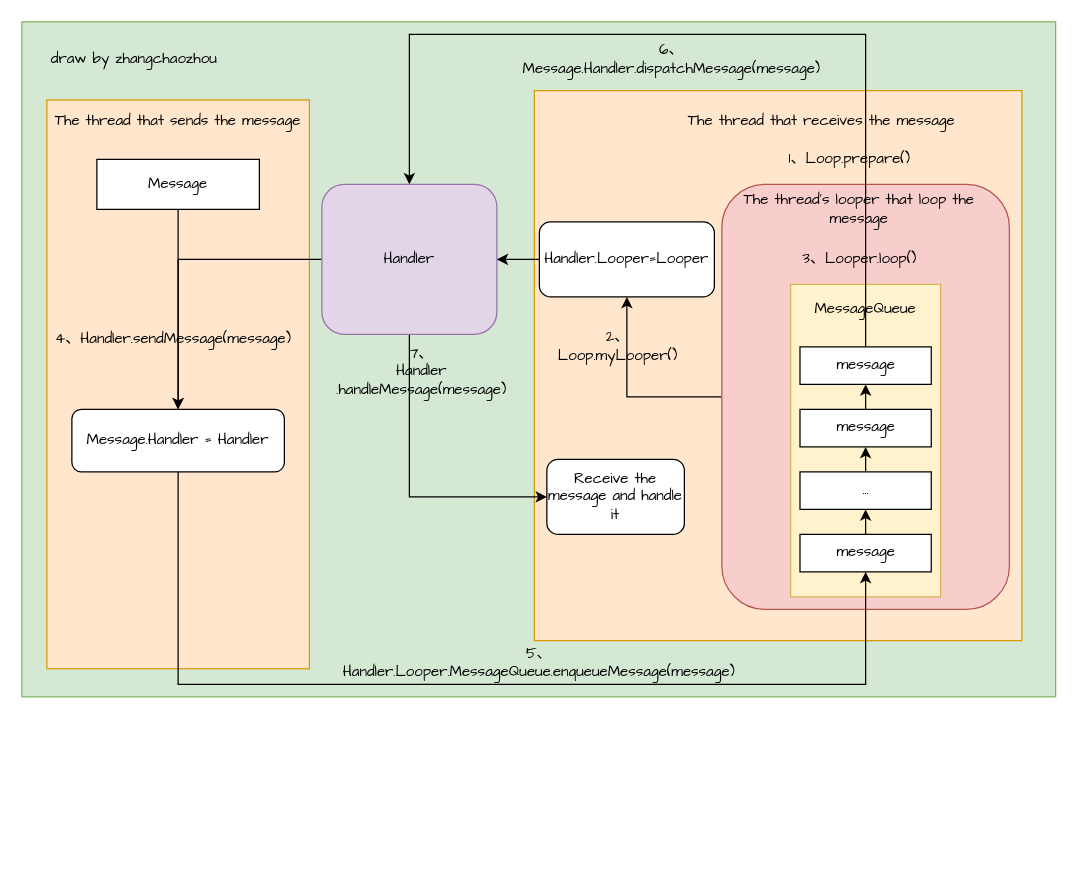
This is page "Page-1" (1 of 2) of Android/Handler.drawio from chaozhouzhang/learning-summary, a draw.io file, before an edit. Source tidied: cells renumbered, new cells numbered last; positions are measured from the earlier drawing's top-left corner, leaving out a move shared by most shapes. Both pictures are drawn from the tidied source at 125%, with x=0, y=0 at pixel (21, 21).
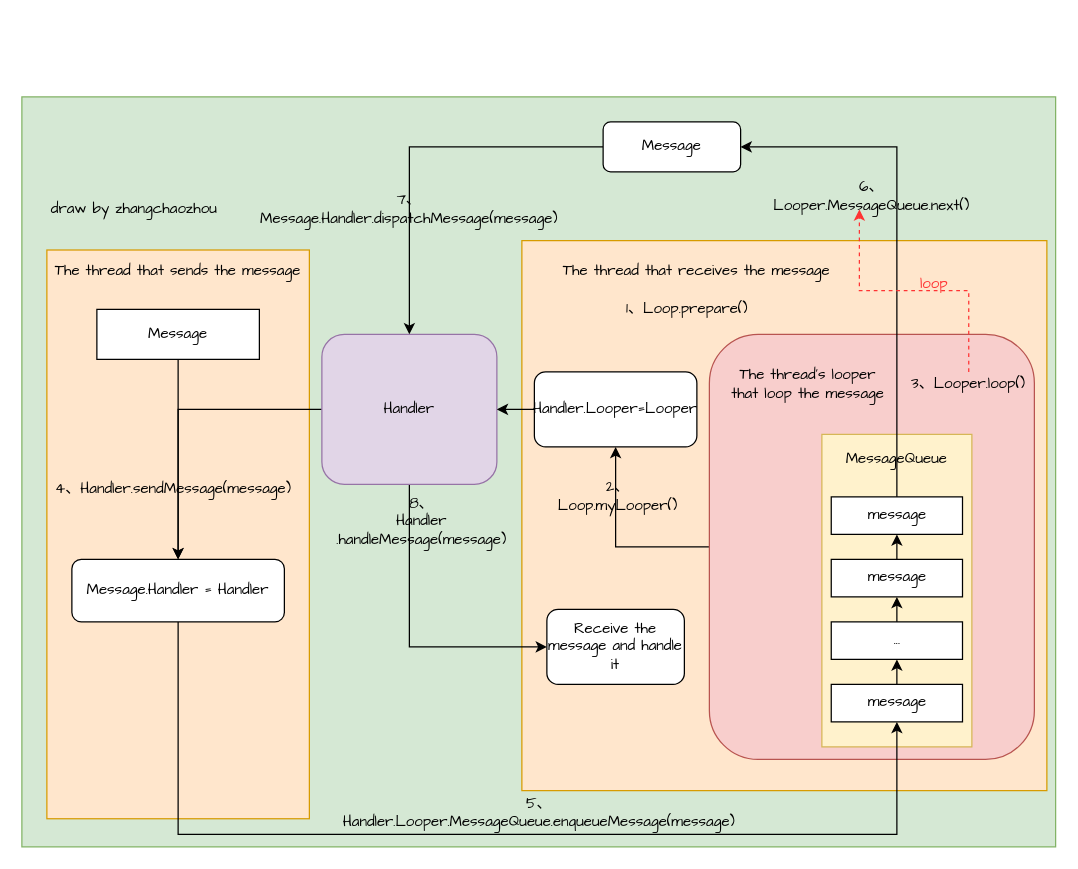
The same diagram, later.

The edit, as a diff of the source:
```diff
@@
     <mxCell id="2" style="rounded=0;whiteSpace=wrap;html=1;" parent="1" vertex="1">
-      <mxGeometry x="350" y="240" width="120" height="60" as="geometry" />
+      <mxGeometry x="350" y="360" width="120" height="60" as="geometry" />
     </mxCell>
     <mxCell id="3" style="rounded=0;whiteSpace=wrap;html=1;fillColor=#d5e8d4;strokeColor=#82b366;" parent="1" vertex="1">
-      <mxGeometry width="827" height="540" as="geometry" />
+      <mxGeometry y="60" width="827" height="600" as="geometry" />
     </mxCell>
     <mxCell id="4" style="rounded=0;whiteSpace=wrap;html=1;fillColor=#ffe6cc;strokeColor=#d79b00;" parent="1" vertex="1">
-      <mxGeometry x="20" y="62.5" width="210" height="455" as="geometry" />
+      <mxGeometry x="20" y="182.5" width="210" height="455" as="geometry" />
     </mxCell>
     <mxCell id="5" value="&lt;p&gt;The thread that sends the message&lt;/p&gt;" style="text;html=1;strokeColor=none;fillColor=none;align=center;verticalAlign=middle;whiteSpace=wrap;rounded=0;fontFamily=Comic Sans MS;" parent="1" vertex="1">
-      <mxGeometry x="20" y="70" width="210" height="20" as="geometry" />
+      <mxGeometry x="20" y="190" width="210" height="20" as="geometry" />
     </mxCell>
     <mxCell id="6" style="rounded=0;whiteSpace=wrap;html=1;fillColor=#ffe6cc;strokeColor=#d79b00;" parent="1" vertex="1">
-      <mxGeometry x="410" y="55" width="390" height="440" as="geometry" />
+      <mxGeometry x="400" y="175" width="420" height="440" as="geometry" />
     </mxCell>
     <mxCell id="7" value="&lt;p&gt;The thread that receives the message&lt;/p&gt;" style="text;html=1;strokeColor=none;fillColor=none;align=center;verticalAlign=middle;whiteSpace=wrap;rounded=0;fontFamily=Comic Sans MS;" parent="1" vertex="1">
-      <mxGeometry x="500" y="70" width="280" height="20" as="geometry" />
+      <mxGeometry x="400" y="190" width="280" height="20" as="geometry" />
     </mxCell>
@@
     <mxCell id="10" value="Handler" style="rounded=1;whiteSpace=wrap;html=1;fontFamily=Comic Sans MS;fillColor=#e1d5e7;strokeColor=#9673a6;" parent="1" vertex="1">
-      <mxGeometry x="240" y="130" width="140" height="120" as="geometry" />
+      <mxGeometry x="240" y="250" width="140" height="120" as="geometry" />
     </mxCell>
     <mxCell id="11" style="edgeStyle=orthogonalEdgeStyle;rounded=0;jettySize=auto;html=1;exitX=0;exitY=0.5;exitDx=0;exitDy=0;entryX=0.5;entryY=1;entryDx=0;entryDy=0;fontFamily=Comic Sans MS;" parent="1" edge="1" source="12" target="37">
       <mxGeometry relative="1" as="geometry">
         <Array as="points">
-          <mxPoint x="484" y="300" />
+          <mxPoint x="475" y="420" />
         </Array>
       </mxGeometry>
     </mxCell>
     <mxCell id="12" style="rounded=1;whiteSpace=wrap;html=1;fontFamily=Comic Sans MS;fillColor=#f8cecc;strokeColor=#b85450;" parent="1" vertex="1">
-      <mxGeometry x="560" y="130" width="230" height="340" as="geometry" />
+      <mxGeometry x="550" y="250" width="260" height="340" as="geometry" />
     </mxCell>
-    <mxCell id="13" value="The thread's looper that loop the message" style="text;html=1;strokeColor=none;fillColor=none;align=center;verticalAlign=middle;whiteSpace=wrap;rounded=0;fontFamily=Comic Sans MS;" parent="1" vertex="1">
-      <mxGeometry x="575" y="140" width="190" height="20" as="geometry" />
+    <mxCell id="13" value="The thread's looper &lt;br&gt;that loop the message" style="text;html=1;strokeColor=none;fillColor=none;align=center;verticalAlign=middle;whiteSpace=wrap;rounded=0;fontFamily=Comic Sans MS;" parent="1" vertex="1">
+      <mxGeometry x="534" y="280" width="190" height="20" as="geometry" />
     </mxCell>
     <mxCell id="14" style="rounded=0;whiteSpace=wrap;html=1;fontFamily=Comic Sans MS;fillColor=#fff2cc;strokeColor=#d6b656;" parent="1" vertex="1">
-      <mxGeometry x="615" y="210" width="120" height="250" as="geometry" />
+      <mxGeometry x="640" y="330" width="120" height="250" as="geometry" />
     </mxCell>
     <mxCell id="15" value="MessageQueue" style="text;html=1;strokeColor=none;fillColor=none;align=center;verticalAlign=middle;whiteSpace=wrap;rounded=0;fontFamily=Comic Sans MS;" parent="1" vertex="1">
-      <mxGeometry x="655" y="220" width="40" height="20" as="geometry" />
+      <mxGeometry x="680" y="340" width="40" height="20" as="geometry" />
     </mxCell>
     <mxCell id="16" style="edgeStyle=orthogonalEdgeStyle;rounded=0;jettySize=auto;html=1;exitX=0.5;exitY=1;exitDx=0;exitDy=0;entryX=0.5;entryY=1;entryDx=0;entryDy=0;fontFamily=Comic Sans MS;" parent="1" edge="1" source="17" target="25">
       <mxGeometry relative="1" as="geometry">
         <Array as="points">
-          <mxPoint x="125" y="530" />
-          <mxPoint x="675" y="530" />
+          <mxPoint x="125" y="650" />
+          <mxPoint x="700" y="650" />
         </Array>
       </mxGeometry>
     </mxCell>
     <mxCell id="17" value="Message.Handler = Handler&lt;span style=&quot;white-space: normal&quot;&gt;&lt;br&gt;&lt;/span&gt;" style="rounded=1;whiteSpace=wrap;html=1;fontFamily=Comic Sans MS;" parent="1" vertex="1">
-      <mxGeometry x="40" y="310" width="170" height="50" as="geometry" />
+      <mxGeometry x="40" y="430" width="170" height="50" as="geometry" />
     </mxCell>
-    <mxCell id="18" style="edgeStyle=orthogonalEdgeStyle;rounded=0;jettySize=auto;html=1;exitX=0.5;exitY=0;exitDx=0;exitDy=0;entryX=0.5;entryY=0;entryDx=0;entryDy=0;fontFamily=Comic Sans MS;" parent="1" edge="1" source="19" target="10">
-      <mxGeometry relative="1" as="geometry">
-        <Array as="points">
-          <mxPoint x="650" y="10" />
-          <mxPoint x="310" y="10" />
-          <mxPoint x="310" y="100" />
-        </Array>
-      </mxGeometry>
-    </mxCell>
+    <mxCell id="39" style="edgeStyle=orthogonalEdgeStyle;rounded=0;jettySize=auto;html=1;exitX=0.5;exitY=0;exitDx=0;exitDy=0;entryX=1;entryY=0.5;entryDx=0;entryDy=0;fontFamily=Comic Sans MS;" parent="1" edge="1" source="19" target="42">
+      <mxGeometry relative="1" as="geometry" />
+    </mxCell>
     <mxCell id="19" value="message" style="rounded=0;whiteSpace=wrap;html=1;fontFamily=Comic Sans MS;" parent="1" vertex="1">
-      <mxGeometry x="622.5" y="260" width="105" height="30" as="geometry" />
+      <mxGeometry x="647.5" y="380" width="105" height="30" as="geometry" />
     </mxCell>
@@
     <mxCell id="21" value="message" style="rounded=0;whiteSpace=wrap;html=1;fontFamily=Comic Sans MS;" parent="1" vertex="1">
-      <mxGeometry x="622.5" y="310" width="105" height="30" as="geometry" />
+      <mxGeometry x="647.5" y="430" width="105" height="30" as="geometry" />
     </mxCell>
@@
     <mxCell id="23" value="..." style="rounded=0;whiteSpace=wrap;html=1;fontFamily=Comic Sans MS;" parent="1" vertex="1">
-      <mxGeometry x="622.5" y="360" width="105" height="30" as="geometry" />
+      <mxGeometry x="647.5" y="480" width="105" height="30" as="geometry" />
     </mxCell>
@@
     <mxCell id="25" value="message" style="rounded=0;whiteSpace=wrap;html=1;fontFamily=Comic Sans MS;" parent="1" vertex="1">
-      <mxGeometry x="622.5" y="410" width="105" height="30" as="geometry" />
+      <mxGeometry x="647.5" y="530" width="105" height="30" as="geometry" />
     </mxCell>
     <mxCell id="26" value="2、Loop.myLooper()" style="text;html=1;strokeColor=none;fillColor=none;align=center;verticalAlign=middle;whiteSpace=wrap;rounded=0;fontFamily=Comic Sans MS;" parent="1" vertex="1">
-      <mxGeometry x="420" y="250" width="114" height="20" as="geometry" />
+      <mxGeometry x="420" y="370" width="114" height="20" as="geometry" />
     </mxCell>
     <mxCell id="27" value="1、Loop.prepare()" style="text;html=1;strokeColor=none;fillColor=none;align=center;verticalAlign=middle;whiteSpace=wrap;rounded=0;fontFamily=Comic Sans MS;" parent="1" vertex="1">
-      <mxGeometry x="590" y="100" width="145" height="20" as="geometry" />
+      <mxGeometry x="460" y="220" width="145" height="20" as="geometry" />
     </mxCell>
@@
     <mxCell id="29" value="Message" style="rounded=0;whiteSpace=wrap;html=1;fontFamily=Comic Sans MS;" parent="1" vertex="1">
-      <mxGeometry x="60" y="110" width="130" height="40" as="geometry" />
+      <mxGeometry x="60" y="230" width="130" height="40" as="geometry" />
     </mxCell>
-    <mxCell id="30" value="6、Message.Handler.dispatchMessage(message)" style="text;html=1;strokeColor=none;fillColor=none;align=center;verticalAlign=middle;whiteSpace=wrap;rounded=0;fontFamily=Comic Sans MS;" parent="1" vertex="1">
-      <mxGeometry x="500" y="20" width="40" height="20" as="geometry" />
+    <mxCell id="30" value="7、Message.Handler.dispatchMessage(message)" style="text;html=1;strokeColor=none;fillColor=none;align=center;verticalAlign=middle;whiteSpace=wrap;rounded=0;fontFamily=Comic Sans MS;" parent="1" vertex="1">
+      <mxGeometry x="290" y="140" width="40" height="20" as="geometry" />
     </mxCell>
     <mxCell id="31" value="Receive the message and handle it" style="rounded=1;whiteSpace=wrap;html=1;fontFamily=Comic Sans MS;" parent="1" vertex="1">
-      <mxGeometry x="420" y="350" width="110" height="60" as="geometry" />
+      <mxGeometry x="420" y="470" width="110" height="60" as="geometry" />
     </mxCell>
+    <mxCell id="40" style="edgeStyle=orthogonalEdgeStyle;rounded=0;jettySize=auto;html=1;exitX=0.5;exitY=0;exitDx=0;exitDy=0;entryX=0.25;entryY=1;entryDx=0;entryDy=0;fontFamily=Comic Sans MS;dashed=1;strokeColor=#FF3333;" parent="1" edge="1" source="32" target="43">
+      <mxGeometry relative="1" as="geometry" />
+    </mxCell>
     <mxCell id="32" value="3、Looper.loop()" style="text;html=1;strokeColor=none;fillColor=none;align=center;verticalAlign=middle;whiteSpace=wrap;rounded=0;fontFamily=Comic Sans MS;" parent="1" vertex="1">
-      <mxGeometry x="622.5" y="180" width="95" height="20" as="geometry" />
+      <mxGeometry x="710" y="280" width="95" height="20" as="geometry" />
     </mxCell>
     <mxCell id="33" value="5、Handler.Looper.MessageQueue.enqueueMessage(message)" style="text;html=1;strokeColor=none;fillColor=none;align=center;verticalAlign=middle;whiteSpace=wrap;rounded=0;fontFamily=Comic Sans MS;" parent="1" vertex="1">
-      <mxGeometry x="394" y="502.5" width="40" height="20" as="geometry" />
+      <mxGeometry x="394" y="622.5" width="40" height="20" as="geometry" />
     </mxCell>
-    <mxCell id="34" value="7、&lt;br&gt;Handler&lt;br&gt;.handleMessage(message)" style="text;html=1;strokeColor=none;fillColor=none;align=center;verticalAlign=middle;whiteSpace=wrap;rounded=0;fontFamily=Comic Sans MS;" parent="1" vertex="1">
-      <mxGeometry x="300" y="270" width="40" height="20" as="geometry" />
+    <mxCell id="34" value="8、&lt;br&gt;Handler&lt;br&gt;.handleMessage(message)" style="text;html=1;strokeColor=none;fillColor=none;align=center;verticalAlign=middle;whiteSpace=wrap;rounded=0;fontFamily=Comic Sans MS;" parent="1" vertex="1">
+      <mxGeometry x="300" y="390" width="40" height="20" as="geometry" />
     </mxCell>
     <mxCell id="35" value="4、Handler.sendMessage(message)" style="text;html=1;fontFamily=Comic Sans MS;" parent="1" vertex="1">
-      <mxGeometry x="25" y="240" width="200" height="30" as="geometry" />
+      <mxGeometry x="25" y="360" width="200" height="30" as="geometry" />
     </mxCell>
@@
     <mxCell id="37" value="Handler.Looper=Looper" style="rounded=1;whiteSpace=wrap;html=1;fontFamily=Comic Sans MS;" parent="1" vertex="1">
-      <mxGeometry x="414" y="160" width="140" height="60" as="geometry" />
+      <mxGeometry x="410" y="280" width="130" height="60" as="geometry" />
     </mxCell>
     <mxCell id="38" value="draw by zhangchaozhou" style="text;html=1;strokeColor=none;fillColor=none;align=center;verticalAlign=middle;whiteSpace=wrap;rounded=0;fontFamily=Comic Sans MS;" parent="1" vertex="1">
-      <mxGeometry x="20" y="20" width="140" height="20" as="geometry" />
+      <mxGeometry x="20" y="140" width="140" height="20" as="geometry" />
     </mxCell>
+    <mxCell id="41" style="edgeStyle=orthogonalEdgeStyle;rounded=0;jettySize=auto;html=1;exitX=0;exitY=0.5;exitDx=0;exitDy=0;entryX=0.5;entryY=0;entryDx=0;entryDy=0;fontFamily=Comic Sans MS;" parent="1" edge="1" source="42" target="10">
+      <mxGeometry relative="1" as="geometry" />
+    </mxCell>
+    <mxCell id="42" value="Message" style="rounded=1;whiteSpace=wrap;html=1;fontFamily=Comic Sans MS;align=center;" parent="1" vertex="1">
+      <mxGeometry x="465" y="80" width="110" height="40" as="geometry" />
+    </mxCell>
+    <mxCell id="43" value="6、Looper.MessageQueue.next()" style="text;html=1;strokeColor=none;fillColor=none;align=center;verticalAlign=middle;whiteSpace=wrap;rounded=0;fontFamily=Comic Sans MS;" parent="1" vertex="1">
+      <mxGeometry x="660" y="130" width="40" height="20" as="geometry" />
+    </mxCell>
+    <mxCell id="44" value="loop" style="text;html=1;strokeColor=none;fillColor=none;align=center;verticalAlign=middle;whiteSpace=wrap;rounded=0;fontFamily=Comic Sans MS;fontColor=#FF3333;" parent="1" vertex="1">
+      <mxGeometry x="710" y="200" width="40" height="20" as="geometry" />
+    </mxCell>
```
